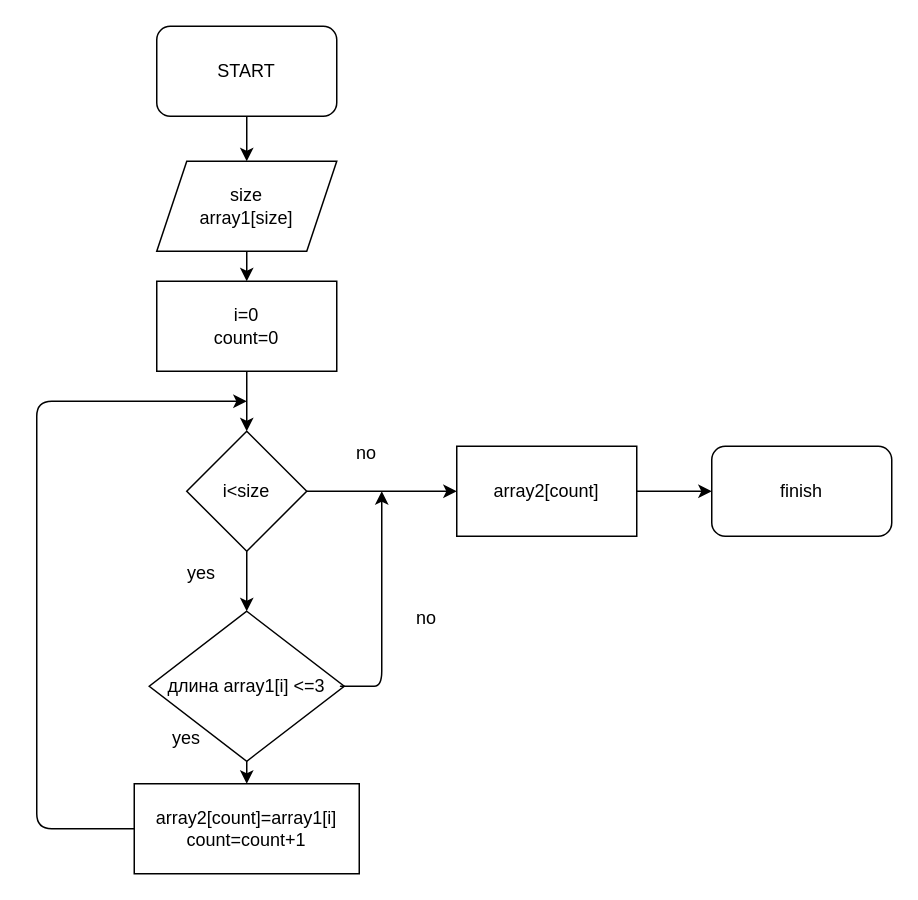
The draw.io diagram алгоритм.drawio in KovalenkoMarina/Kontrol1, before the edit. Source tidied: cells renumbered, new cells numbered last; positions are measured from the earlier drawing's top-left corner, leaving out a move shared by most shapes. Both pictures are drawn from the tidied source at 150%, with x=0, y=0 at pixel (36, 26).
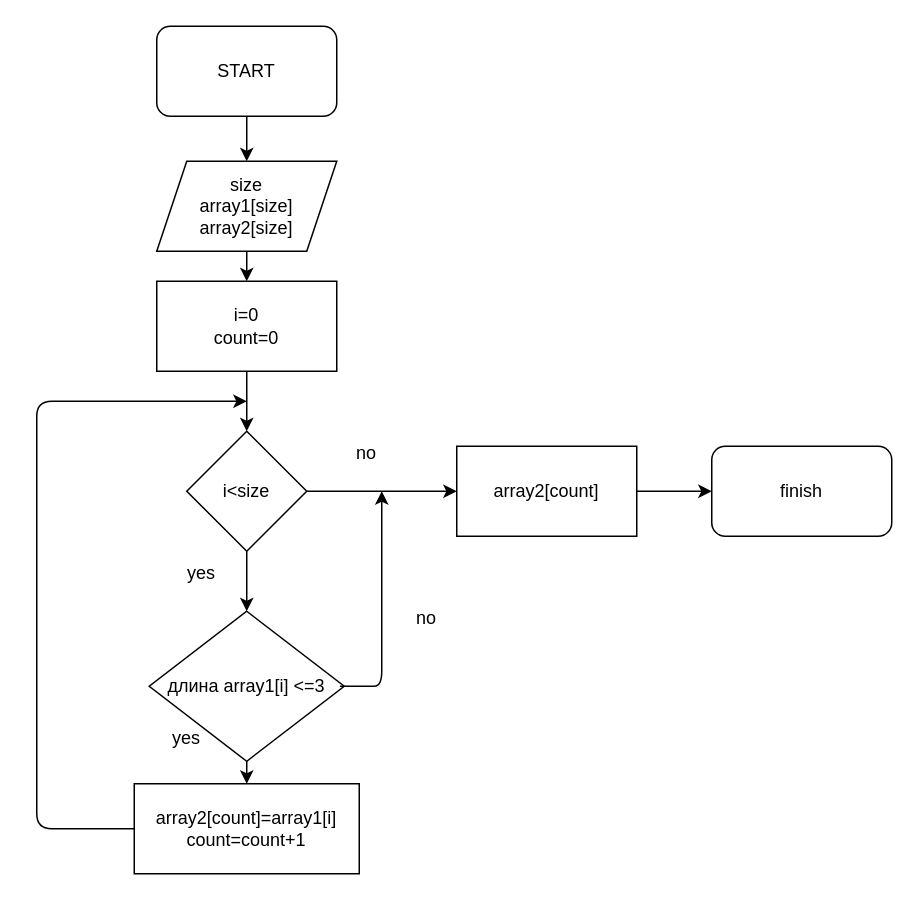
The same page after the edit.

Commit message:
описание алгоритма

What changed in the source:
```diff
@@
-    <mxCell id="5" value="size&lt;br&gt;array1[size]" style="shape=parallelogram;perimeter=parallelogramPerimeter;whiteSpace=wrap;html=1;fixedSize=1;" parent="1" vertex="1">
+    <mxCell id="5" value="size&lt;br&gt;array1[size]&lt;br&gt;array2[size]&lt;br&gt;" style="shape=parallelogram;perimeter=parallelogramPerimeter;whiteSpace=wrap;html=1;fixedSize=1;" parent="1" vertex="1">
       <mxGeometry x="80" y="90" width="120" height="60" as="geometry" />
     </mxCell>
```
